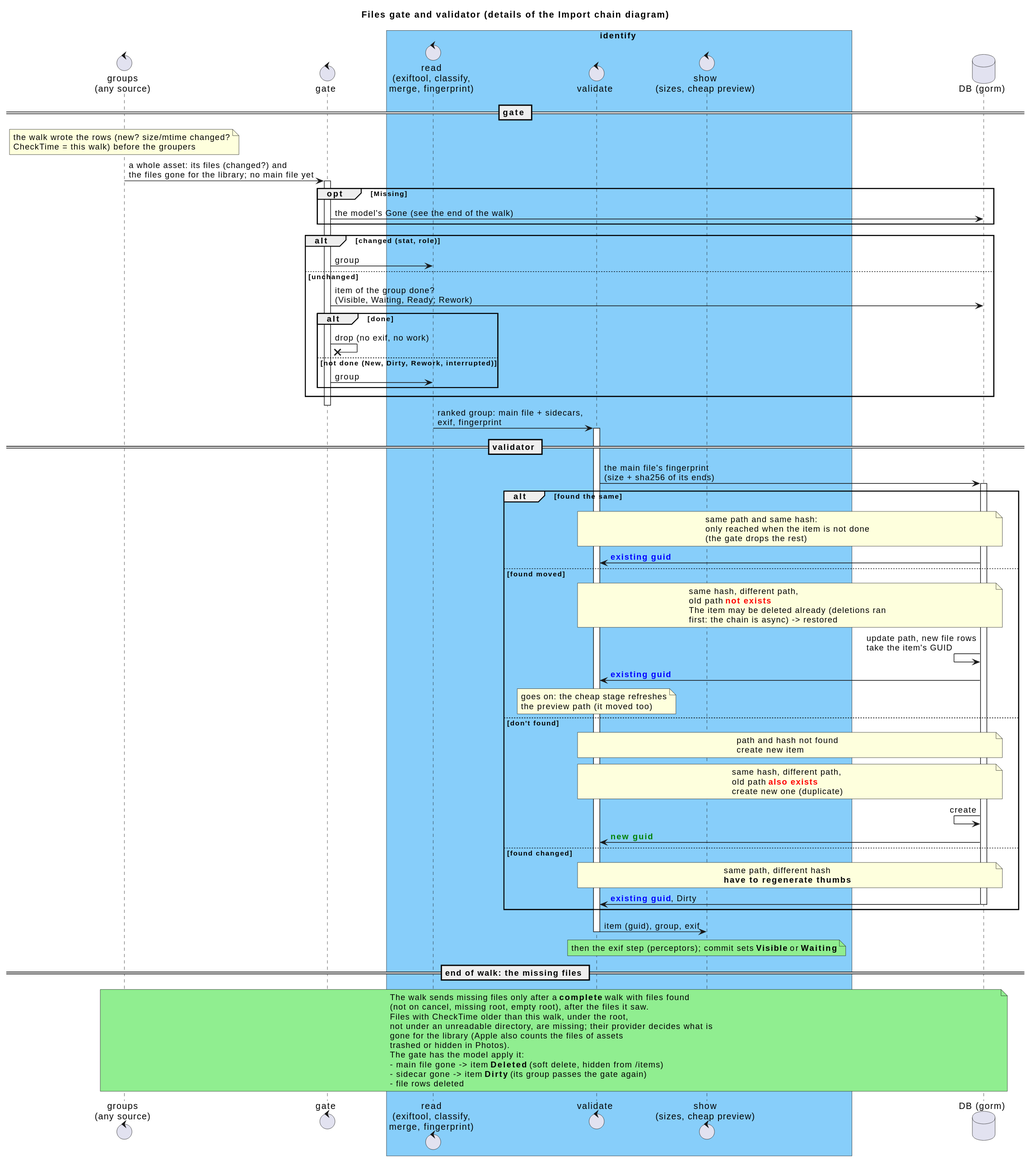
The PlantUML diagram _sb/diagrams/Walker and validating.svg in eggs-gd/Perceptrail, before a commit.
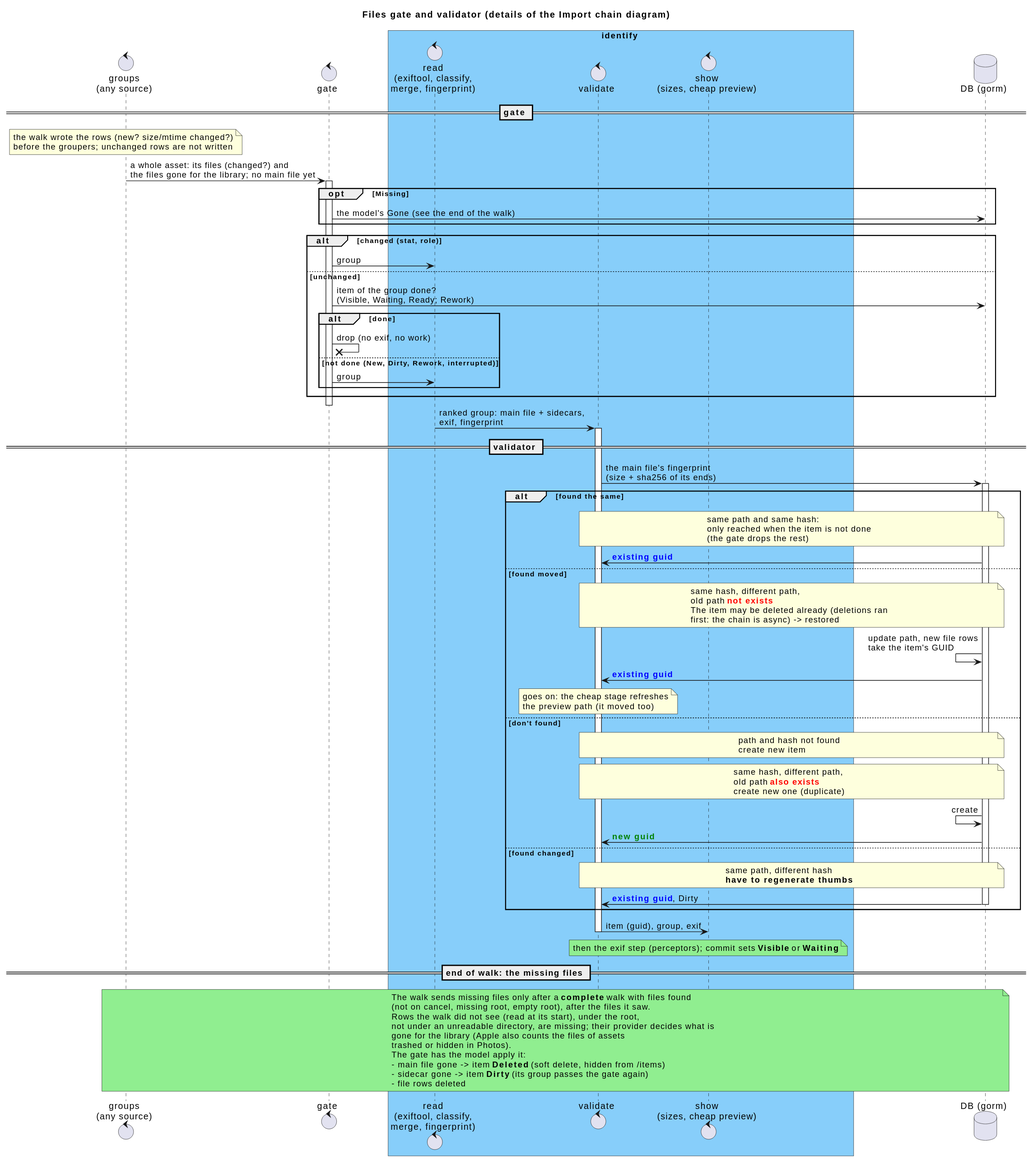
The same diagram one commit later.

Commit message:
The walk in batches: one read of the files table, no write for an unchanged file

The edit, as a diff of the source:
```diff
@@ -14,7 +14,7 @@
 
 == gate ==
 
-note over Groups: the walk wrote the rows (new? size/mtime changed?\nCheckTime = this walk) before the groupers
+note over Groups: the walk wrote the rows (new? size/mtime changed?)\nbefore the groupers; unchanged rows are not written
 Groups -> Gate: a whole asset: its files (changed?) and\nthe files gone for the library; no main file yet
 activate Gate
 opt Missing
@@ -90,7 +90,7 @@
 note over Groups, DB #LightGreen
 The walk sends missing files only after a <b>complete</b> walk with files found
 (not on cancel, missing root, empty root), after the files it saw.
-Files with CheckTime older than this walk, under the root,
+Rows the walk did not see (read at its start), under the root,
 not under an unreadable directory, are missing; their provider decides what is
 gone for the library (Apple also counts the files of assets
 trashed or hidden in Photos).
```
